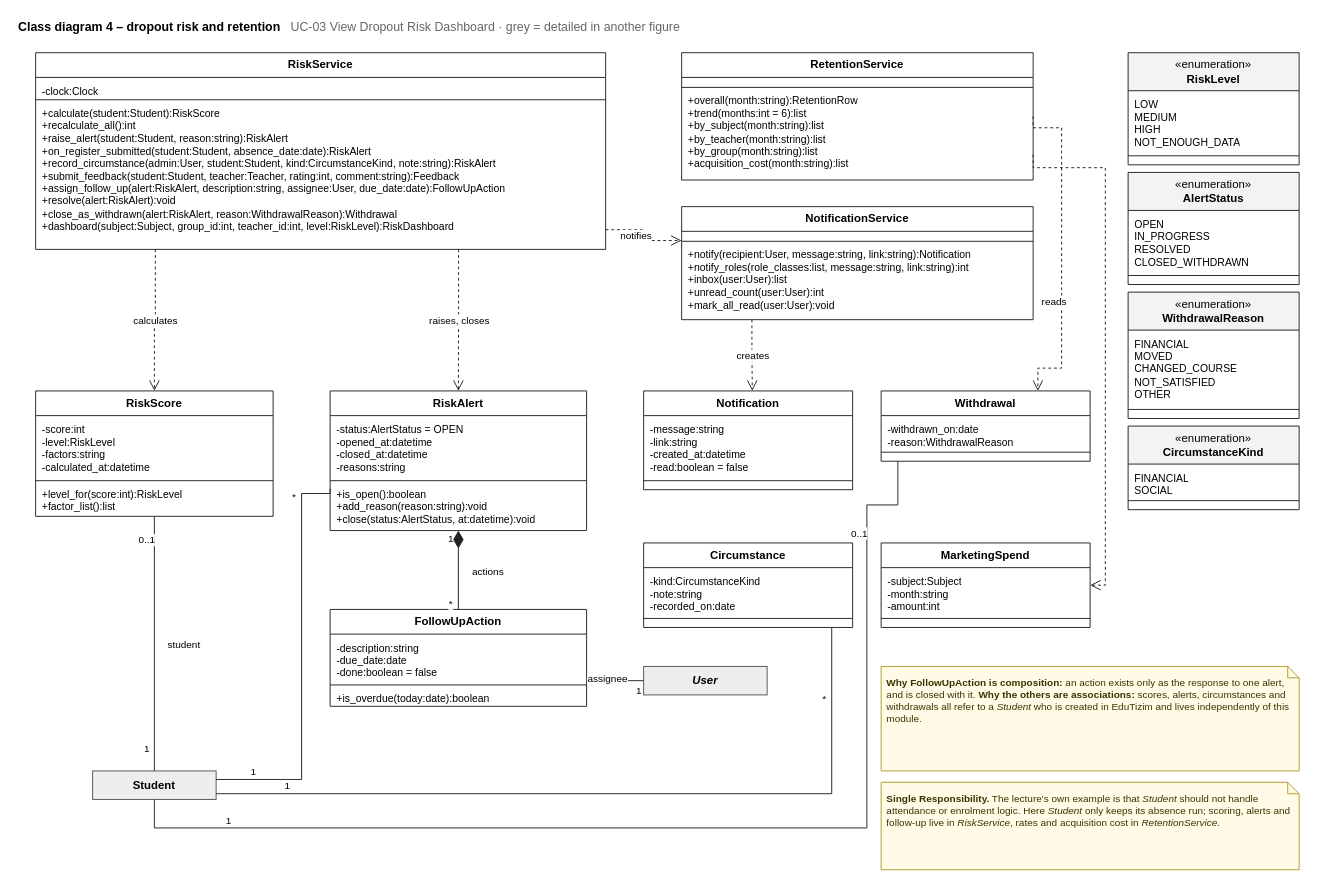
Before: page "C2 Dropout risk" (5 of 5) of diagrams/nsp-uml-diagrams.drawio in 00019110/SAD_CW2_00019110, a draw.io diagram. Source tidied: cells renumbered, new cells numbered last; positions are measured from the earlier drawing's top-left corner, leaving out a move shared by most shapes. Both pictures are drawn from the tidied source at 95%, with x=0, y=0 at pixel (16, 16).
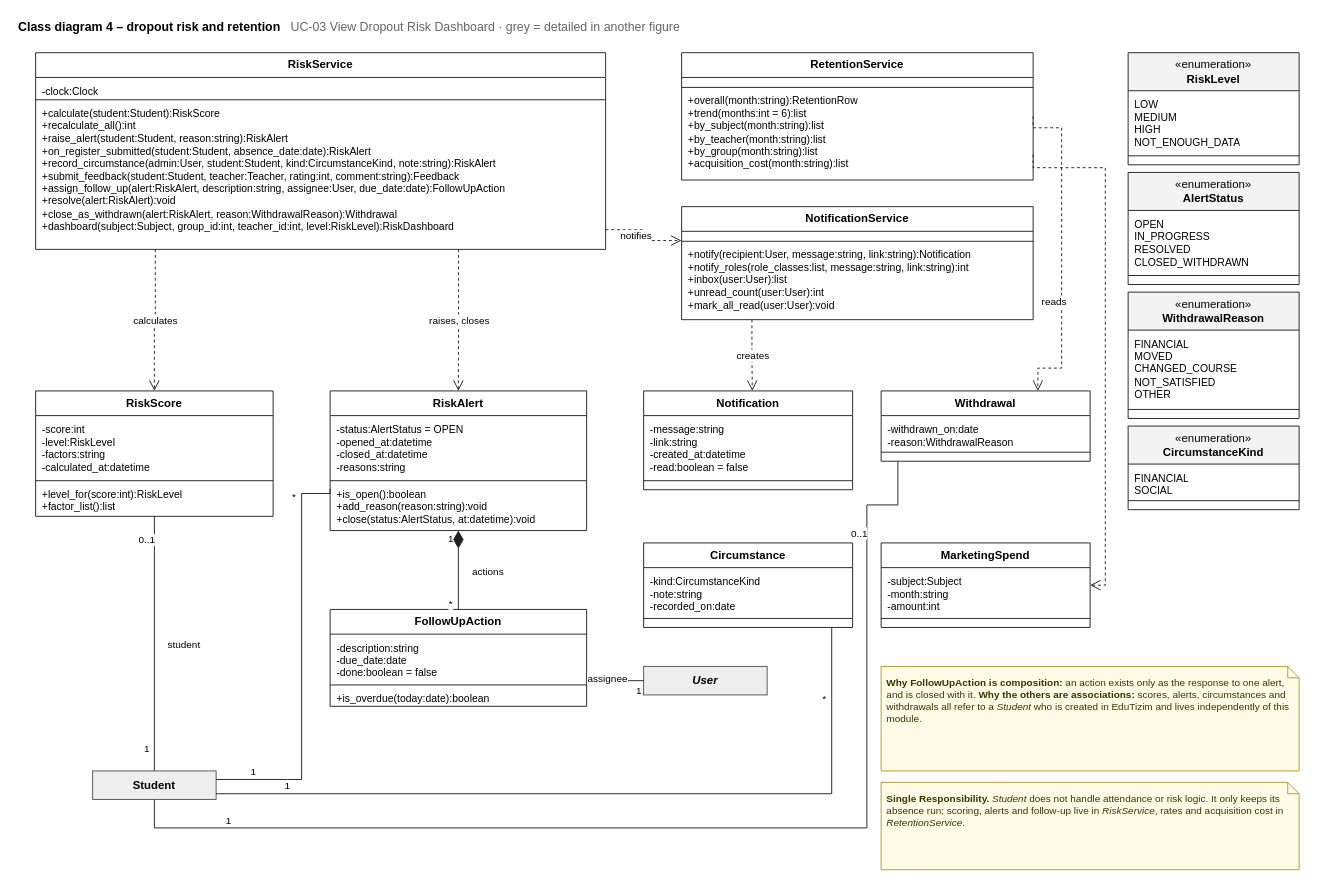
The same page after the edit.

Diff of the diagram source:
```diff
@@
-    <mxCell id="93" value="&lt;b&gt;Single Responsibility.&lt;/b&gt; The lecture's own example is that &lt;i&gt;Student&lt;/i&gt; should not handle attendance or enrolment logic. Here &lt;i&gt;Student&lt;/i&gt; only keeps its absence run; scoring, alerts and follow-up live in &lt;i&gt;RiskService&lt;/i&gt;, rates and acquisition cost in &lt;i&gt;RetentionService&lt;/i&gt;." style="fontFamily=Helvetica;html=1;shape=note;size=12;whiteSpace=wrap;fillColor=#fffbe6;strokeColor=#b59b2b;align=left;verticalAlign=top;spacing=6;fontSize=10.5;fontColor=#3d3300;" parent="1" vertex="1">
+    <mxCell id="93" value="&lt;b&gt;Single Responsibility.&lt;/b&gt; &lt;i&gt;Student&lt;/i&gt; does not handle attendance or risk logic. It only keeps its absence run; scoring, alerts and follow-up live in &lt;i&gt;RiskService&lt;/i&gt;, rates and acquisition cost in &lt;i&gt;RetentionService&lt;/i&gt;." style="fontFamily=Helvetica;html=1;shape=note;size=12;whiteSpace=wrap;fillColor=#fffbe6;strokeColor=#b59b2b;align=left;verticalAlign=top;spacing=6;fontSize=10.5;fontColor=#3d3300;" parent="1" vertex="1">
       <mxGeometry x="910" y="806" width="440" height="92" as="geometry" />
     </mxCell>
```
